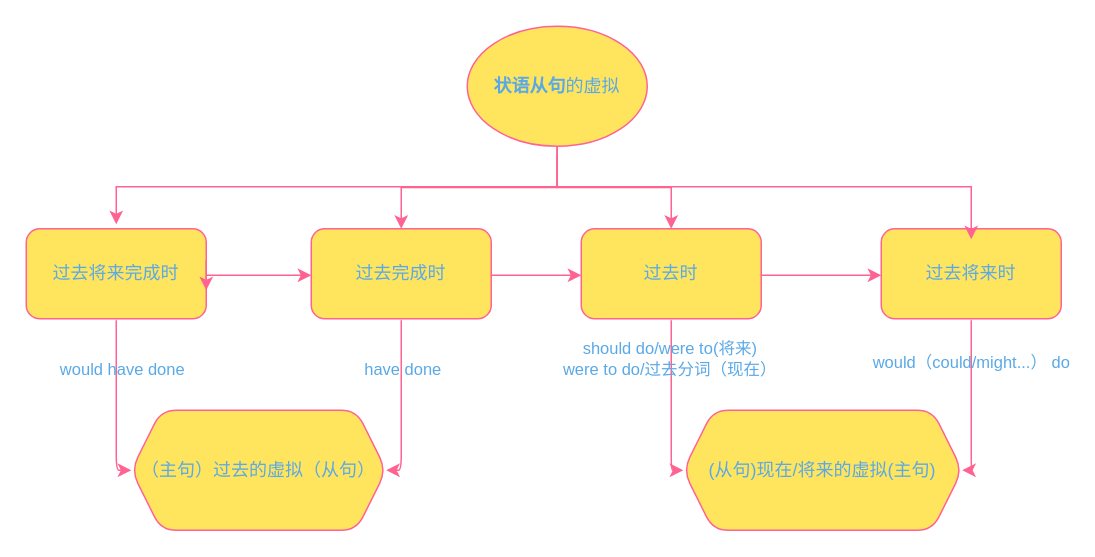
Before: 虚拟语气/虚拟语气.drawio in fuutianyii/english, a draw.io diagram. Source tidied: cells renumbered, new cells numbered last; positions are measured from the earlier drawing's top-left corner, leaving out a move shared by most shapes. Both pictures are drawn from the tidied source at 150%, with x=0, y=0 at pixel (26, 26).
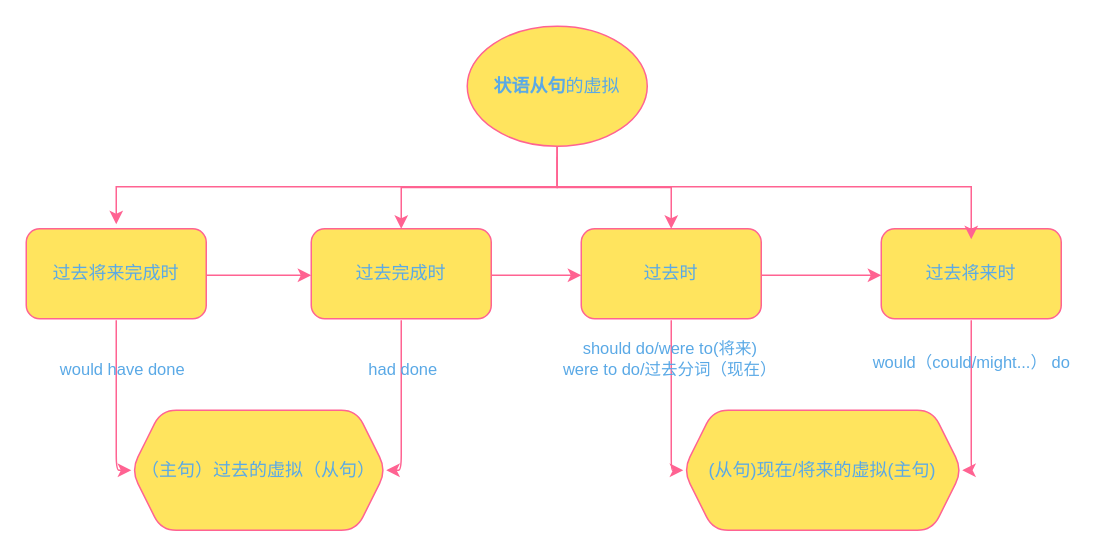
Above is the later version.

Unchanged cells that the change refers to:
```xml
<mxCell id="3" style="edgeStyle=orthogonalEdgeStyle;rounded=1;jettySize=auto;html=1;entryX=1;entryY=0.5;entryDx=0;entryDy=0;strokeColor=#FF6392;fontColor=default;labelBackgroundColor=none;" parent="1" edge="1" target="17">
  <mxGeometry relative="1" as="geometry">
    <mxPoint x="250" y="196" as="sourcePoint" />
    <Array as="points">
      <mxPoint x="250" y="296" />
    </Array>
  </mxGeometry>
</mxCell>
```

What changed in the source:
```diff
@@
-    <mxCell id="4" value="have done" style="edgeLabel;html=1;align=center;verticalAlign=middle;fontColor=#5AA9E6;labelBackgroundColor=none;rounded=1;" parent="3" vertex="1">
+    <mxCell id="4" value="had done" style="edgeLabel;html=1;align=center;verticalAlign=middle;fontColor=#5AA9E6;labelBackgroundColor=none;rounded=1;" parent="3" vertex="1">
       <mxGeometry x="-0.42" relative="1" as="geometry" />
     </mxCell>
@@
-    <mxCell id="19" style="edgeStyle=orthogonalEdgeStyle;rounded=0;orthogonalLoop=1;jettySize=auto;html=1;labelBackgroundColor=none;strokeColor=#FF6392;fontColor=default;" parent="1" edge="1">
-      <mxGeometry relative="1" as="geometry">
-        <mxPoint x="120" y="156" as="sourcePoint" />
-        <mxPoint x="120" y="176" as="targetPoint" />
-      </mxGeometry>
-    </mxCell>
```
